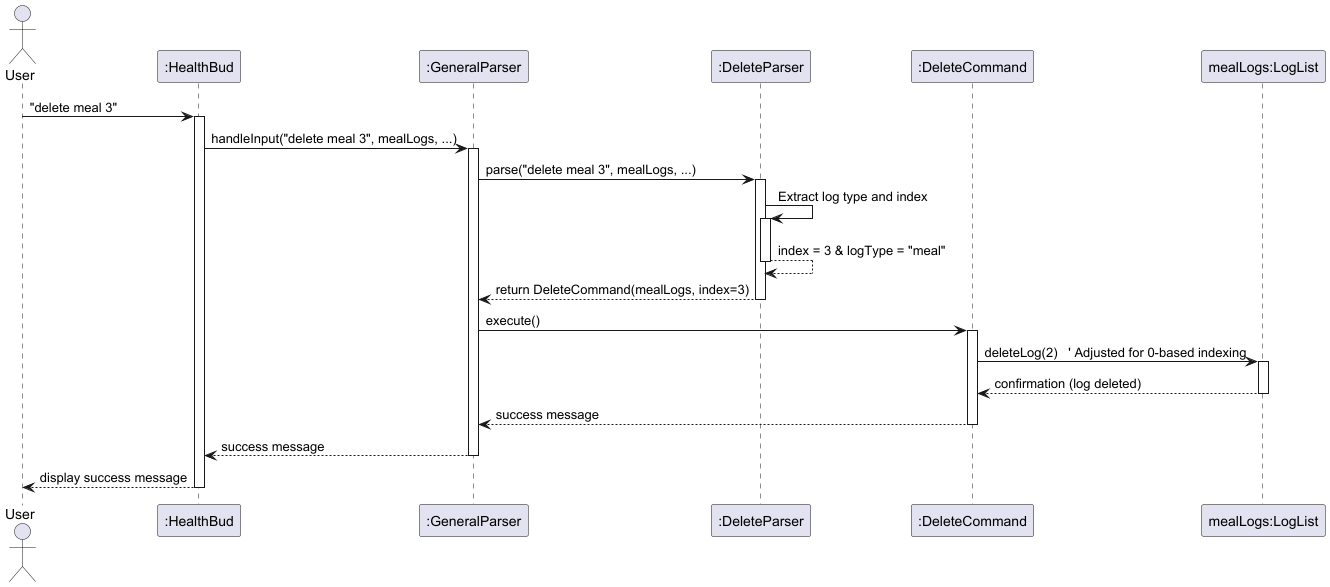
The PlantUML diagram docs/images/DeleteSD.png in Jasonlobo21/tp, before a commit. Its diagram source:
```plantuml
@startuml
actor User
participant ":HealthBud" as HealthBud
participant ":GeneralParser" as GeneralParser
participant ":DeleteParser" as DeleteParser
participant ":DeleteCommand" as DeleteCommand
participant "mealLogs:LogList" as LogList

User -> HealthBud : "delete meal 3"
activate HealthBud

HealthBud -> GeneralParser : handleInput("delete meal 3", mealLogs, ...)
activate GeneralParser

GeneralParser -> DeleteParser : parse("delete meal 3", mealLogs, ...)
activate DeleteParser

DeleteParser -> DeleteParser : Extract log type and index
activate DeleteParser

DeleteParser --> DeleteParser : index = 3 & logType = "meal"
deactivate DeleteParser

DeleteParser --> GeneralParser : return DeleteCommand(mealLogs, index=3)
deactivate DeleteParser

GeneralParser -> DeleteCommand : execute()
activate DeleteCommand

DeleteCommand -> LogList : deleteLog(2)   ' Adjusted for 0-based indexing
activate LogList
LogList --> DeleteCommand : confirmation (log deleted)
deactivate LogList

DeleteCommand --> GeneralParser : success message
deactivate DeleteCommand

GeneralParser --> HealthBud : success message
deactivate GeneralParser

HealthBud --> User : display success message
deactivate HealthBud
@enduml
```
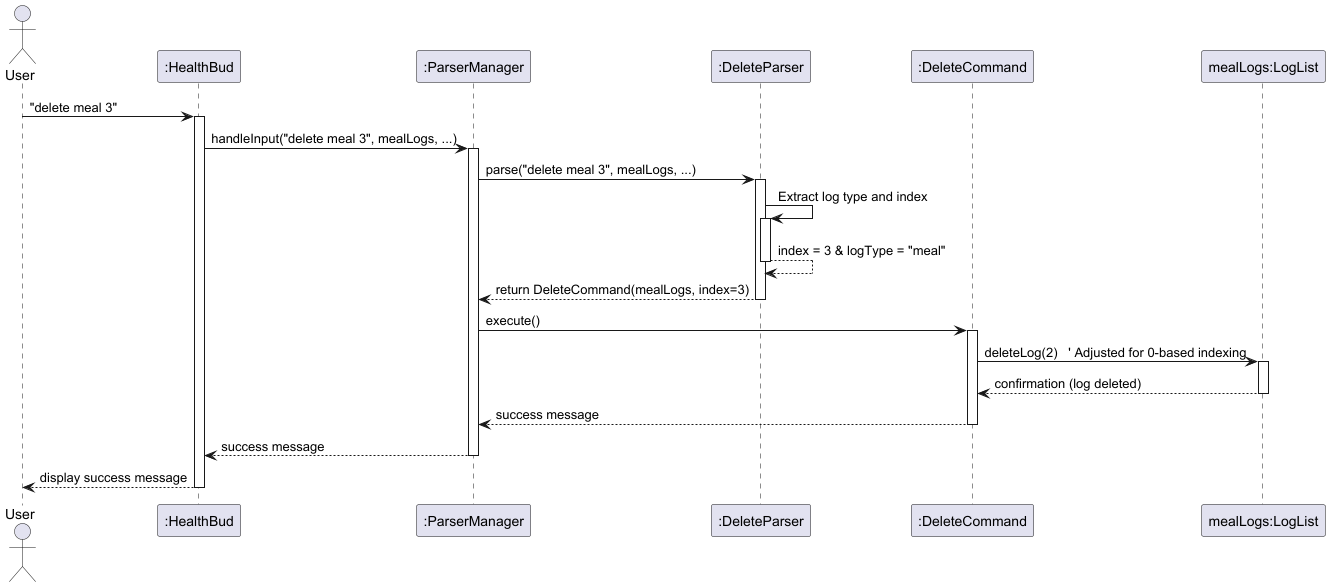
Later version of the same file.

Diff of the diagram source:
```diff
@@ -1,7 +1,7 @@
 @startuml
 actor User
 participant ":HealthBud" as HealthBud
-participant ":GeneralParser" as GeneralParser
+participant ":ParserManager" as ParserManager
 participant ":DeleteParser" as DeleteParser
 participant ":DeleteCommand" as DeleteCommand
 participant "mealLogs:LogList" as LogList
@@ -9,10 +9,10 @@
 User -> HealthBud : "delete meal 3"
 activate HealthBud
 
-HealthBud -> GeneralParser : handleInput("delete meal 3", mealLogs, ...)
-activate GeneralParser
+HealthBud -> ParserManager : handleInput("delete meal 3", mealLogs, ...)
+activate ParserManager
 
-GeneralParser -> DeleteParser : parse("delete meal 3", mealLogs, ...)
+ParserManager -> DeleteParser : parse("delete meal 3", mealLogs, ...)
 activate DeleteParser
 
 DeleteParser -> DeleteParser : Extract log type and index
@@ -21,22 +21,23 @@
 DeleteParser --> DeleteParser : index = 3 & logType = "meal"
 deactivate DeleteParser
 
-DeleteParser --> GeneralParser : return DeleteCommand(mealLogs, index=3)
+DeleteParser --> ParserManager : return DeleteCommand(mealLogs, index=3)
 deactivate DeleteParser
 
-GeneralParser -> DeleteCommand : execute()
+ParserManager -> DeleteCommand : execute()
 activate DeleteCommand
 
 DeleteCommand -> LogList : deleteLog(2)   ' Adjusted for 0-based indexing
 activate LogList
+
 LogList --> DeleteCommand : confirmation (log deleted)
 deactivate LogList
 
-DeleteCommand --> GeneralParser : success message
+DeleteCommand --> ParserManager : success message
 deactivate DeleteCommand
 
-GeneralParser --> HealthBud : success message
-deactivate GeneralParser
+ParserManager --> HealthBud : success message
+deactivate ParserManager
 
 HealthBud --> User : display success message
 deactivate HealthBud
```
